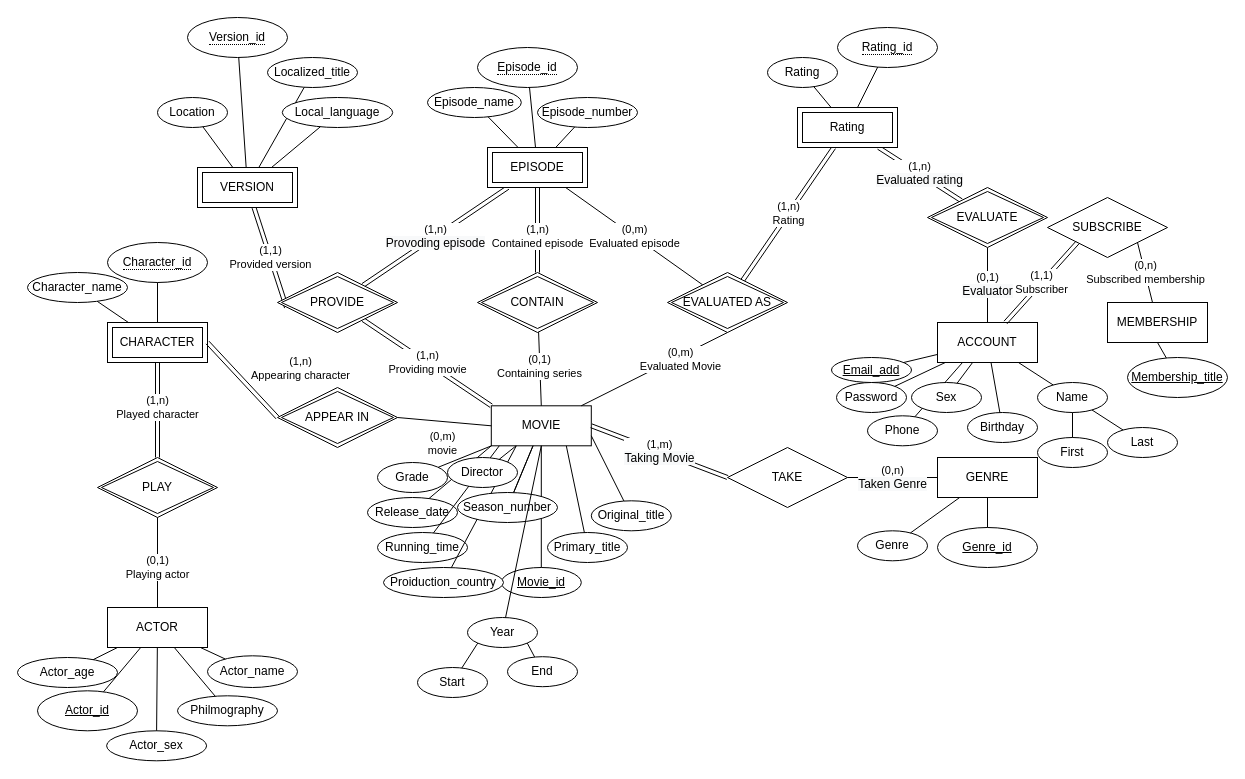
Before: knuMovieDB-2.drawio in BENHAN94/knuMovieDB, a draw.io diagram. Source tidied: cells renumbered, new cells numbered last; positions are measured from the earlier drawing's top-left corner, leaving out a move shared by most shapes. Both pictures are drawn from the tidied source at 100%, with x=0, y=0 at pixel (17, 17).
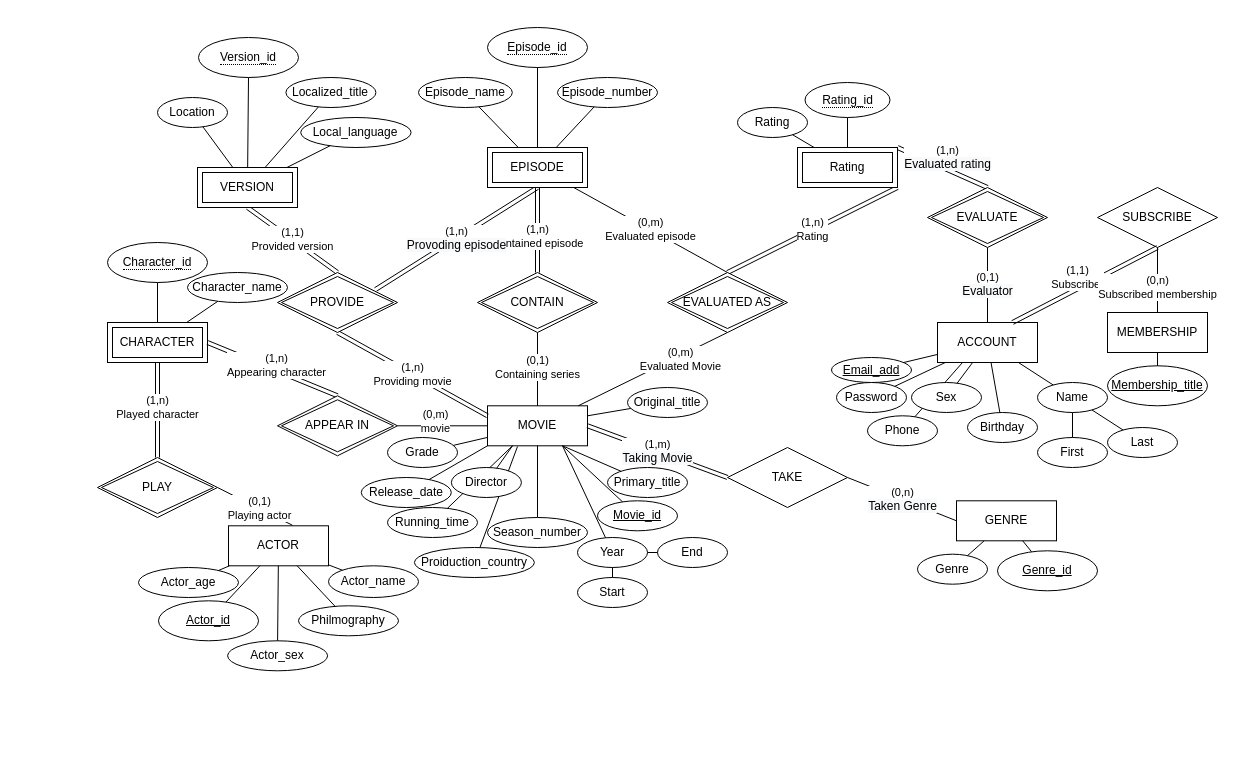
Above is the later version.

Unchanged cells that the change refers to:
```xml
<mxCell id="17" value="EVALUATED AS" style="shape=rhombus;double=1;perimeter=rhombusPerimeter;whiteSpace=wrap;html=1;align=center;" parent="1" vertex="1">
  <mxGeometry x="650" y="255" width="120" height="60" as="geometry" />
</mxCell>
<mxCell id="18" value="CHARACTER" style="shape=ext;margin=3;double=1;whiteSpace=wrap;html=1;align=center;" parent="1" vertex="1">
  <mxGeometry x="90" y="305" width="100" height="40" as="geometry" />
</mxCell>
<mxCell id="21" value="PLAY" style="shape=rhombus;double=1;perimeter=rhombusPerimeter;whiteSpace=wrap;html=1;align=center;" parent="1" vertex="1">
  <mxGeometry x="80" y="440" width="120" height="60" as="geometry" />
</mxCell>
<mxCell id="26" value="VERSION" style="shape=ext;margin=3;double=1;whiteSpace=wrap;html=1;align=center;" parent="1" vertex="1">
  <mxGeometry x="180" y="150" width="100" height="40" as="geometry" />
</mxCell>
<mxCell id="27" value="PROVIDE" style="shape=rhombus;double=1;perimeter=rhombusPerimeter;whiteSpace=wrap;html=1;align=center;" parent="1" vertex="1">
  <mxGeometry x="260" y="255" width="120" height="60" as="geometry" />
</mxCell>
<mxCell id="30" value="EVALUATE" style="shape=rhombus;double=1;perimeter=rhombusPerimeter;whiteSpace=wrap;html=1;align=center;" parent="1" vertex="1">
  <mxGeometry x="910" y="170" width="120" height="60" as="geometry" />
</mxCell>
<mxCell id="31" value="ACCOUNT" style="whiteSpace=wrap;html=1;align=center;" parent="1" vertex="1">
  <mxGeometry x="920" y="305" width="100" height="40" as="geometry" />
</mxCell>
<mxCell id="32" value="EPISODE" style="shape=ext;margin=3;double=1;whiteSpace=wrap;html=1;align=center;" parent="1" vertex="1">
  <mxGeometry x="470" y="130" width="100" height="40" as="geometry" />
</mxCell>
```

What changed in the source:
```diff
@@
     <mxCell id="2" value="MOVIE" style="whiteSpace=wrap;html=1;align=center;" parent="1" vertex="1">
-      <mxGeometry x="473.8" y="388.3" width="100" height="40" as="geometry" />
+      <mxGeometry x="470" y="388.3" width="100" height="40" as="geometry" />
     </mxCell>
     <mxCell id="3" value="GENRE" style="whiteSpace=wrap;html=1;align=center;" parent="1" vertex="1">
-      <mxGeometry x="920" y="440" width="100" height="40" as="geometry" />
+      <mxGeometry x="939" y="483.3" width="100" height="40" as="geometry" />
     </mxCell>
-    <mxCell id="4" value="(1,n)&lt;br&gt;Providing movie" style="endArrow=none;html=1;rounded=0;entryX=0;entryY=0;entryDx=0;entryDy=0;shape=link;" parent="1" edge="1" source="27" target="2">
+    <mxCell id="4" value="(1,n)&lt;br&gt;Providing movie" style="endArrow=none;html=1;rounded=0;entryX=0;entryY=0.25;entryDx=0;entryDy=0;shape=link;exitX=0.5;exitY=1;exitDx=0;exitDy=0;" parent="1" edge="1" source="27" target="2">
       <mxGeometry relative="1" as="geometry" />
     </mxCell>
-    <mxCell id="5" value="(1,1)&lt;br&gt;Provided version" style="endArrow=none;html=1;rounded=0;exitX=0.075;exitY=0.583;exitDx=0;exitDy=0;shape=link;exitPerimeter=0;" parent="1" edge="1" source="27" target="26">
+    <mxCell id="5" value="(1,1)&lt;br&gt;Provided version" style="endArrow=none;html=1;rounded=0;exitX=0.5;exitY=0;exitDx=0;exitDy=0;shape=link;entryX=0.5;entryY=1;entryDx=0;entryDy=0;" parent="1" edge="1" source="27" target="26">
       <mxGeometry relative="1" as="geometry" />
     </mxCell>
-    <mxCell id="6" value="(1,n)&lt;br&gt;Rating" style="endArrow=none;html=1;rounded=0;shape=link;" parent="1" edge="1" source="16" target="17">
+    <mxCell id="6" value="(1,n)&lt;br&gt;Rating" style="endArrow=none;html=1;rounded=0;shape=link;entryX=0.5;entryY=0;entryDx=0;entryDy=0;exitX=1;exitY=1;exitDx=0;exitDy=0;" parent="1" edge="1" source="16" target="17">
       <mxGeometry relative="1" as="geometry" />
     </mxCell>
@@
-    <mxCell id="12" value="(1,n)&lt;br&gt;&lt;span style=&quot;font-size: 12px ; background-color: rgb(248 , 249 , 250)&quot;&gt;Provoding episode&lt;/span&gt;" style="endArrow=none;html=1;rounded=0;shape=link;" parent="1" edge="1" source="32" target="27">
+    <mxCell id="12" value="(1,n)&lt;br&gt;&lt;span style=&quot;font-size: 12px ; background-color: rgb(248 , 249 , 250)&quot;&gt;Provoding episode&lt;/span&gt;" style="endArrow=none;html=1;rounded=0;shape=link;entryX=0.817;entryY=0.283;entryDx=0;entryDy=0;exitX=0.5;exitY=1;exitDx=0;exitDy=0;entryPerimeter=0;" parent="1" edge="1" source="32" target="27">
       <mxGeometry relative="1" as="geometry" />
     </mxCell>
-    <mxCell id="13" value="(0,m)&lt;br&gt;Evaluated episode" style="endArrow=none;html=1;rounded=0;" parent="1" edge="1" source="17" target="32">
+    <mxCell id="13" value="(0,m)&lt;br&gt;Evaluated episode" style="endArrow=none;html=1;rounded=0;exitX=0.5;exitY=0;exitDx=0;exitDy=0;" parent="1" edge="1" source="17" target="32">
       <mxGeometry relative="1" as="geometry" />
     </mxCell>
@@
-    <mxCell id="15" value="(1,n)&lt;br&gt;&lt;span style=&quot;font-size: 12px ; background-color: rgb(248 , 249 , 250)&quot;&gt;Evaluated rating&lt;/span&gt;" style="endArrow=none;html=1;rounded=0;shape=link;" parent="1" edge="1" source="16" target="30">
-      <mxGeometry relative="1" as="geometry" />
+    <mxCell id="15" value="(1,n)&lt;br&gt;&lt;span style=&quot;font-size: 12px ; background-color: rgb(248 , 249 , 250)&quot;&gt;Evaluated rating&lt;/span&gt;" style="endArrow=none;html=1;rounded=0;shape=link;entryX=0.5;entryY=0;entryDx=0;entryDy=0;exitX=1;exitY=0;exitDx=0;exitDy=0;" parent="1" edge="1" source="16" target="30">
+      <mxGeometry x="0.01" y="11" relative="1" as="geometry" />
     </mxCell>
     <mxCell id="16" value="Rating" style="shape=ext;margin=3;double=1;whiteSpace=wrap;html=1;align=center;" parent="1" vertex="1">
-      <mxGeometry x="780" y="90" width="100" height="40" as="geometry" />
+      <mxGeometry x="780" y="130" width="100" height="40" as="geometry" />
     </mxCell>
@@
-    <mxCell id="19" value="(1,n)&lt;br&gt;Appearing character" style="endArrow=none;html=1;rounded=0;exitX=1;exitY=0.5;exitDx=0;exitDy=0;entryX=0;entryY=0.5;entryDx=0;entryDy=0;shape=link;" parent="1" edge="1" source="18" target="25">
-      <mxGeometry x="0.59" y="50" relative="1" as="geometry" />
+    <mxCell id="19" value="(1,n)&lt;br&gt;Appearing character" style="endArrow=none;html=1;rounded=0;exitX=1;exitY=0.5;exitDx=0;exitDy=0;entryX=0.5;entryY=0;entryDx=0;entryDy=0;shape=link;" parent="1" edge="1" source="18" target="25">
+      <mxGeometry x="0.03" y="5" relative="1" as="geometry" />
     </mxCell>
@@
     <mxCell id="23" value="ACTOR" style="whiteSpace=wrap;html=1;align=center;" parent="1" vertex="1">
-      <mxGeometry x="90" y="590" width="100" height="40" as="geometry" />
+      <mxGeometry x="211" y="508.3" width="100" height="40" as="geometry" />
     </mxCell>
-    <mxCell id="24" value="(0,1)&lt;br&gt;Playing actor" style="endArrow=none;html=1;rounded=0;exitX=0.5;exitY=1;exitDx=0;exitDy=0;entryX=0.5;entryY=0;entryDx=0;entryDy=0;" parent="1" edge="1" source="21" target="23">
+    <mxCell id="24" value="(0,1)&lt;br&gt;Playing actor" style="endArrow=none;html=1;rounded=0;exitX=1;exitY=0.5;exitDx=0;exitDy=0;entryX=0.639;entryY=-0.014;entryDx=0;entryDy=0;entryPerimeter=0;" parent="1" edge="1" source="21" target="23">
       <mxGeometry x="0.11" relative="1" as="geometry" />
     </mxCell>
     <mxCell id="25" value="APPEAR IN" style="shape=rhombus;double=1;perimeter=rhombusPerimeter;whiteSpace=wrap;html=1;align=center;" parent="1" vertex="1">
-      <mxGeometry x="260" y="370" width="120" height="60" as="geometry" />
+      <mxGeometry x="260" y="378.3" width="120" height="60" as="geometry" />
     </mxCell>
@@
     <mxCell id="28" value="(0,m)&lt;br&gt;movie" style="endArrow=none;html=1;rounded=0;exitX=1;exitY=0.5;exitDx=0;exitDy=0;entryX=0;entryY=0.5;entryDx=0;entryDy=0;" parent="1" edge="1" source="25" target="2">
-      <mxGeometry y="-22" relative="1" as="geometry" />
+      <mxGeometry x="-0.15" y="4" relative="1" as="geometry" />
     </mxCell>
@@
     <mxCell id="33" value="Movie_id" style="ellipse;whiteSpace=wrap;html=1;align=center;fontStyle=4;" parent="1" vertex="1">
-      <mxGeometry x="483.8" y="550" width="80" height="30" as="geometry" />
+      <mxGeometry x="580" y="483.3" width="80" height="30" as="geometry" />
     </mxCell>
-    <mxCell id="34" style="endArrow=none;html=1;rounded=0;exitX=0.5;exitY=1;exitDx=0;exitDy=0;" parent="1" edge="1" source="2" target="33">
+    <mxCell id="34" style="endArrow=none;html=1;rounded=0;exitX=0.75;exitY=1;exitDx=0;exitDy=0;" parent="1" edge="1" source="2" target="33">
       <mxGeometry relative="1" as="geometry" />
     </mxCell>
@@
     <mxCell id="37" value="Genre_id" style="ellipse;whiteSpace=wrap;html=1;align=center;fontStyle=4;" parent="1" vertex="1">
-      <mxGeometry x="920" y="510" width="100" height="40" as="geometry" />
+      <mxGeometry x="980" y="533.3" width="100" height="40" as="geometry" />
     </mxCell>
@@
     <mxCell id="39" value="Actor_id" style="ellipse;whiteSpace=wrap;html=1;align=center;fontStyle=4;" parent="1" vertex="1">
-      <mxGeometry x="20" y="673.3" width="100" height="40" as="geometry" />
+      <mxGeometry x="141" y="583.3" width="100" height="40" as="geometry" />
     </mxCell>
@@
     <mxCell id="41" value="&lt;span style=&quot;border-bottom: 1px dotted&quot;&gt;Episode_id&lt;/span&gt;" style="ellipse;whiteSpace=wrap;html=1;align=center;" parent="1" vertex="1">
-      <mxGeometry x="460" y="30" width="100" height="40" as="geometry" />
+      <mxGeometry x="470" y="10" width="100" height="40" as="geometry" />
     </mxCell>
@@
     <mxCell id="43" value="&lt;span style=&quot;border-bottom: 1px dotted&quot;&gt;Version_id&lt;/span&gt;" style="ellipse;whiteSpace=wrap;html=1;align=center;" parent="1" vertex="1">
-      <mxGeometry x="170" width="100" height="40" as="geometry" />
+      <mxGeometry x="181" y="20" width="100" height="40" as="geometry" />
     </mxCell>
@@
     <mxCell id="45" value="&lt;span style=&quot;border-bottom: 1px dotted&quot;&gt;Rating_id&lt;/span&gt;" style="ellipse;whiteSpace=wrap;html=1;align=center;" parent="1" vertex="1">
-      <mxGeometry x="820" y="10" width="100" height="40" as="geometry" />
+      <mxGeometry x="787.5" y="65" width="85" height="35" as="geometry" />
     </mxCell>
@@
     <mxCell id="47" value="MEMBERSHIP" style="whiteSpace=wrap;html=1;align=center;" parent="1" vertex="1">
-      <mxGeometry x="1090" y="285" width="100" height="40" as="geometry" />
+      <mxGeometry x="1090" y="295" width="100" height="40" as="geometry" />
     </mxCell>
     <mxCell id="48" value="Membership_title" style="ellipse;whiteSpace=wrap;html=1;align=center;fontStyle=4;" parent="1" vertex="1">
-      <mxGeometry x="1110" y="340" width="100" height="40" as="geometry" />
+      <mxGeometry x="1090" y="348.3" width="100" height="40" as="geometry" />
     </mxCell>
@@
     <mxCell id="50" value="SUBSCRIBE" style="shape=rhombus;perimeter=rhombusPerimeter;whiteSpace=wrap;html=1;align=center;" parent="1" vertex="1">
-      <mxGeometry x="1030" y="180" width="120" height="60" as="geometry" />
+      <mxGeometry x="1080" y="170" width="120" height="60" as="geometry" />
     </mxCell>
-    <mxCell id="51" value="(1,1)&lt;br&gt;Subscriber" style="endArrow=none;html=1;rounded=0;exitX=0;exitY=1;exitDx=0;exitDy=0;shape=link;" parent="1" edge="1" source="50" target="31">
-      <mxGeometry relative="1" as="geometry" />
+    <mxCell id="51" value="(1,1)&lt;br&gt;Subscriber" style="endArrow=none;html=1;rounded=0;exitX=0.5;exitY=1;exitDx=0;exitDy=0;shape=link;entryX=0.75;entryY=0;entryDx=0;entryDy=0;" parent="1" edge="1" source="50" target="31">
+      <mxGeometry x="0.04" y="-10" relative="1" as="geometry" />
     </mxCell>
-    <mxCell id="52" value="(0,n)&lt;br&gt;Subscribed membership" style="endArrow=none;html=1;rounded=0;exitX=1;exitY=1;exitDx=0;exitDy=0;" parent="1" edge="1" source="50" target="47">
-      <mxGeometry relative="1" as="geometry" />
+    <mxCell id="52" value="(0,n)&lt;br&gt;Subscribed membership" style="endArrow=none;html=1;rounded=0;exitX=0.5;exitY=1;exitDx=0;exitDy=0;" parent="1" edge="1" source="50" target="47">
+      <mxGeometry x="0.23" relative="1" as="geometry" />
     </mxCell>
@@
     <mxCell id="54" value="Primary_title" style="ellipse;whiteSpace=wrap;html=1;align=center;" parent="1" vertex="1">
-      <mxGeometry x="530" y="515" width="80" height="30" as="geometry" />
+      <mxGeometry x="590" y="450" width="80" height="30" as="geometry" />
     </mxCell>
@@
     <mxCell id="56" value="Original_title" style="ellipse;whiteSpace=wrap;html=1;align=center;" parent="1" vertex="1">
-      <mxGeometry x="573.8" y="483.3" width="80" height="30" as="geometry" />
+      <mxGeometry x="610" y="370" width="80" height="30" as="geometry" />
     </mxCell>
-    <mxCell id="57" style="endArrow=none;html=1;rounded=0;entryX=1;entryY=0.75;entryDx=0;entryDy=0;" parent="1" edge="1" source="56" target="2">
+    <mxCell id="57" style="endArrow=none;html=1;rounded=0;entryX=1;entryY=0.25;entryDx=0;entryDy=0;" parent="1" edge="1" source="56" target="2">
       <mxGeometry relative="1" as="geometry" />
     </mxCell>
     <mxCell id="58" value="Grade" style="ellipse;whiteSpace=wrap;html=1;align=center;" parent="1" vertex="1">
-      <mxGeometry x="360" y="445" width="70" height="30" as="geometry" />
+      <mxGeometry x="370" y="420" width="70" height="30" as="geometry" />
     </mxCell>
@@
     <mxCell id="60" value="Release_date" style="ellipse;whiteSpace=wrap;html=1;align=center;" parent="1" vertex="1">
-      <mxGeometry x="350" y="480" width="90" height="30" as="geometry" />
+      <mxGeometry x="343.8" y="460" width="90" height="30" as="geometry" />
     </mxCell>
@@
     <mxCell id="62" value="&lt;span style=&quot;font-weight: 400&quot;&gt;Running_time&lt;/span&gt;" style="ellipse;whiteSpace=wrap;html=1;align=center;fontStyle=1;" parent="1" vertex="1">
-      <mxGeometry x="360" y="515" width="90" height="30" as="geometry" />
+      <mxGeometry x="370" y="490" width="90" height="30" as="geometry" />
     </mxCell>
-    <mxCell id="63" style="endArrow=none;html=1;rounded=0;fontStyle=1;entryX=0.08;entryY=1;entryDx=0;entryDy=0;entryPerimeter=0;" parent="1" edge="1" source="62" target="2">
+    <mxCell id="63" style="endArrow=none;html=1;rounded=0;fontStyle=1;entryX=0.25;entryY=1;entryDx=0;entryDy=0;" parent="1" edge="1" source="62" target="2">
       <mxGeometry relative="1" as="geometry" />
     </mxCell>
     <mxCell id="64" value="Proiduction_country" style="ellipse;whiteSpace=wrap;html=1;align=center;" parent="1" vertex="1">
-      <mxGeometry x="366" y="550" width="120" height="30" as="geometry" />
+      <mxGeometry x="396.9" y="530" width="120" height="30" as="geometry" />
     </mxCell>
-    <mxCell id="65" style="endArrow=none;html=1;rounded=0;entryX=0.25;entryY=1;entryDx=0;entryDy=0;" parent="1" edge="1" source="64" target="2">
-      <mxGeometry relative="1" as="geometry" />
+    <mxCell id="65" style="endArrow=none;html=1;rounded=0;" parent="1" edge="1" source="64">
+      <mxGeometry relative="1" as="geometry">
+        <mxPoint x="500" y="429" as="targetPoint" />
+      </mxGeometry>
     </mxCell>
     <mxCell id="66" value="Director" style="ellipse;whiteSpace=wrap;html=1;align=center;" parent="1" vertex="1">
-      <mxGeometry x="430" y="440" width="70" height="30" as="geometry" />
+      <mxGeometry x="433.9" y="450" width="70" height="30" as="geometry" />
     </mxCell>
-    <mxCell id="67" style="endArrow=none;html=1;rounded=0;" parent="1" edge="1" source="66" target="2">
+    <mxCell id="67" style="endArrow=none;html=1;rounded=0;entryX=0.25;entryY=1;entryDx=0;entryDy=0;" parent="1" edge="1" source="66" target="2">
       <mxGeometry relative="1" as="geometry" />
     </mxCell>
@@
     <mxCell id="69" value="Year" style="ellipse;whiteSpace=wrap;html=1;align=center;" parent="1" vertex="1">
-      <mxGeometry x="450" y="600" width="70" height="30" as="geometry" />
+      <mxGeometry x="560" y="520" width="70" height="30" as="geometry" />
     </mxCell>
@@
     <mxCell id="71" value="Start" style="ellipse;whiteSpace=wrap;html=1;align=center;" parent="1" vertex="1">
-      <mxGeometry x="400" y="650" width="70" height="30" as="geometry" />
+      <mxGeometry x="560" y="560" width="70" height="30" as="geometry" />
     </mxCell>
-    <mxCell id="72" style="endArrow=none;html=1;rounded=0;entryX=0;entryY=1;entryDx=0;entryDy=0;" parent="1" edge="1" source="71" target="69">
+    <mxCell id="72" style="endArrow=none;html=1;rounded=0;entryX=0.5;entryY=1;entryDx=0;entryDy=0;" parent="1" edge="1" source="71" target="69">
       <mxGeometry relative="1" as="geometry" />
     </mxCell>
     <mxCell id="73" value="End" style="ellipse;whiteSpace=wrap;html=1;align=center;" parent="1" vertex="1">
-      <mxGeometry x="490" y="639.2" width="70" height="30" as="geometry" />
+      <mxGeometry x="640" y="520" width="70" height="30" as="geometry" />
     </mxCell>
-    <mxCell id="74" style="endArrow=none;html=1;rounded=0;entryX=1;entryY=1;entryDx=0;entryDy=0;" parent="1" edge="1" source="73" target="69">
+    <mxCell id="74" style="endArrow=none;html=1;rounded=0;entryX=1;entryY=0.5;entryDx=0;entryDy=0;" parent="1" edge="1" source="73" target="69">
       <mxGeometry relative="1" as="geometry" />
     </mxCell>
     <mxCell id="75" value="Genre" style="ellipse;whiteSpace=wrap;html=1;align=center;" parent="1" vertex="1">
-      <mxGeometry x="840" y="513.3" width="70" height="30" as="geometry" />
+      <mxGeometry x="900" y="536.7" width="70" height="30" as="geometry" />
     </mxCell>
@@
     <mxCell id="79" value="Rating" style="ellipse;whiteSpace=wrap;html=1;align=center;" parent="1" vertex="1">
-      <mxGeometry x="750" y="40" width="70" height="30" as="geometry" />
+      <mxGeometry x="720" y="90" width="70" height="30" as="geometry" />
     </mxCell>
@@
     <mxCell id="93" value="Episode_name" style="ellipse;whiteSpace=wrap;html=1;align=center;" parent="1" vertex="1">
-      <mxGeometry x="410" y="70" width="93.8" height="30" as="geometry" />
+      <mxGeometry x="401" y="60" width="93.8" height="30" as="geometry" />
     </mxCell>
@@
     <mxCell id="95" value="Episode_number" style="ellipse;whiteSpace=wrap;html=1;align=center;" parent="1" vertex="1">
-      <mxGeometry x="520" y="80" width="100" height="30" as="geometry" />
+      <mxGeometry x="540" y="60" width="100" height="30" as="geometry" />
     </mxCell>
@@
     <mxCell id="99" value="Localized_title" style="ellipse;whiteSpace=wrap;html=1;align=center;" parent="1" vertex="1">
-      <mxGeometry x="250" y="40" width="90" height="30" as="geometry" />
+      <mxGeometry x="268.4" y="60" width="90" height="30" as="geometry" />
     </mxCell>
@@
     <mxCell id="101" value="Local_language" style="ellipse;whiteSpace=wrap;html=1;align=center;" parent="1" vertex="1">
-      <mxGeometry x="264.8" y="80" width="110.4" height="30" as="geometry" />
+      <mxGeometry x="283.2" y="100" width="110.4" height="30" as="geometry" />
     </mxCell>
@@
     <mxCell id="103" value="Character_name" style="ellipse;whiteSpace=wrap;html=1;align=center;" parent="1" vertex="1">
-      <mxGeometry x="10" y="255" width="100" height="30" as="geometry" />
+      <mxGeometry x="170" y="255" width="100" height="30" as="geometry" />
     </mxCell>
@@
     <mxCell id="106" value="Actor_name" style="ellipse;whiteSpace=wrap;html=1;align=center;fontStyle=0;" parent="1" vertex="1">
-      <mxGeometry x="190" y="638.3" width="90" height="31.7" as="geometry" />
+      <mxGeometry x="311" y="548.3" width="90" height="31.7" as="geometry" />
     </mxCell>
@@
     <mxCell id="108" value="Actor_age" style="ellipse;whiteSpace=wrap;html=1;align=center;" parent="1" vertex="1">
-      <mxGeometry y="640" width="100" height="30" as="geometry" />
+      <mxGeometry x="121" y="550" width="100" height="30" as="geometry" />
     </mxCell>
@@
     <mxCell id="110" value="Actor_sex" style="ellipse;whiteSpace=wrap;html=1;align=center;" parent="1" vertex="1">
-      <mxGeometry x="89.1" y="713.3" width="100" height="30" as="geometry" />
+      <mxGeometry x="210.1" y="623.3" width="100" height="30" as="geometry" />
     </mxCell>
@@
     <mxCell id="112" value="Philmography" style="ellipse;whiteSpace=wrap;html=1;align=center;direction=west;" parent="1" vertex="1">
-      <mxGeometry x="160" y="678.3" width="100" height="30" as="geometry" />
+      <mxGeometry x="281" y="588.3" width="100" height="30" as="geometry" />
     </mxCell>
@@
     <mxCell id="114" value="&lt;span style=&quot;font-weight: normal&quot;&gt;Season_number&lt;/span&gt;" style="ellipse;whiteSpace=wrap;html=1;align=center;fontStyle=1;" parent="1" vertex="1">
-      <mxGeometry x="440" y="475" width="100" height="30" as="geometry" />
+      <mxGeometry x="470" y="500" width="100" height="30" as="geometry" />
     </mxCell>
-    <mxCell id="115" style="endArrow=none;html=1;rounded=0;entryX=0.5;entryY=1;entryDx=0;entryDy=0;" parent="1" edge="1" source="69" target="2">
+    <mxCell id="115" style="endArrow=none;html=1;rounded=0;entryX=0.75;entryY=1;entryDx=0;entryDy=0;" parent="1" edge="1" source="69" target="2">
       <mxGeometry relative="1" as="geometry" />
     </mxCell>
```
